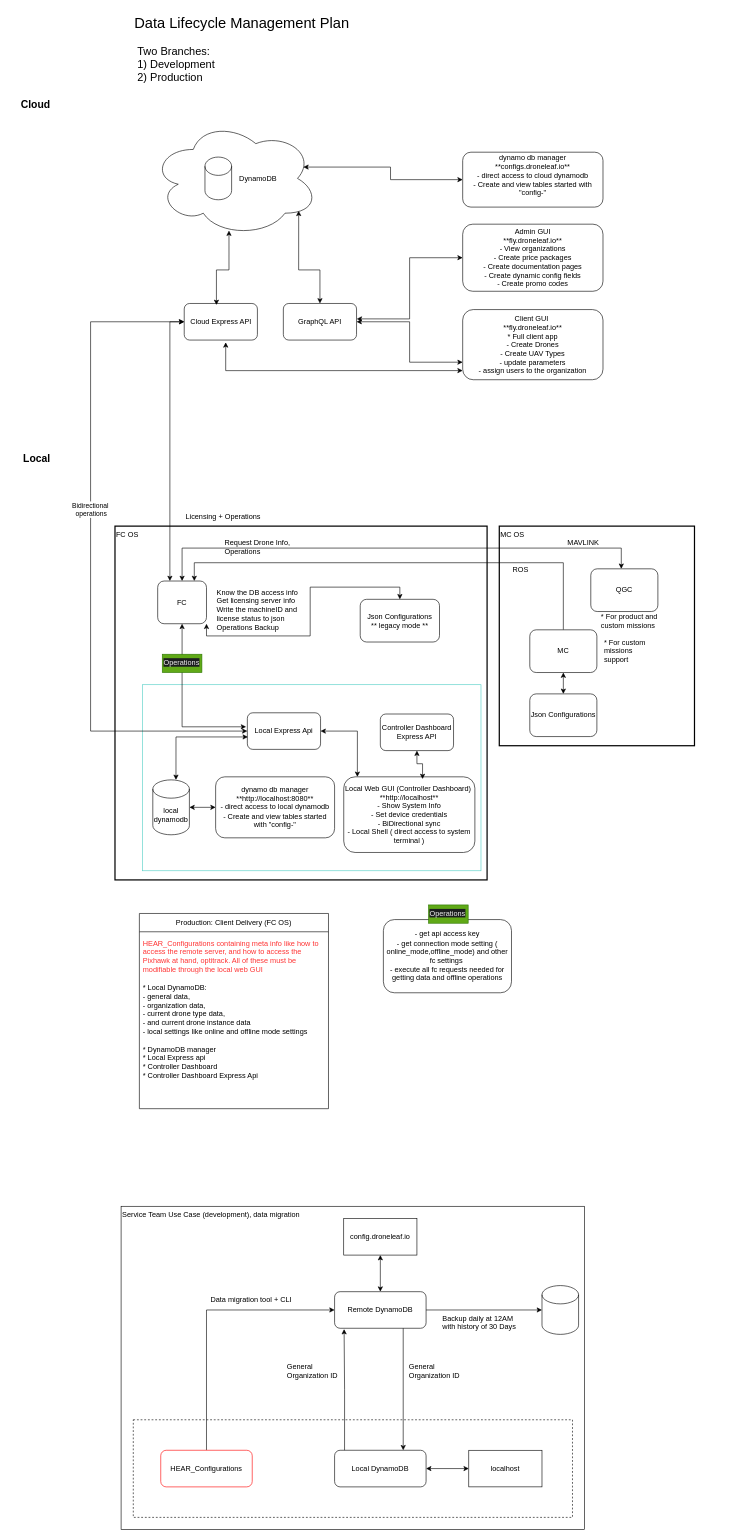
DroneLeaf/HEAR_wiki keeps this draw.io diagram as Guide/External Software/Data Lifecycle Management/Data_lifecycle_management.drawio. Above is the earlier version. Source tidied: cells renumbered, new cells numbered last; positions are measured from the earlier drawing's top-left corner, leaving out a move shared by most shapes. Both pictures are drawn from the tidied source at 61%, with x=0, y=0 at pixel (11, 10).
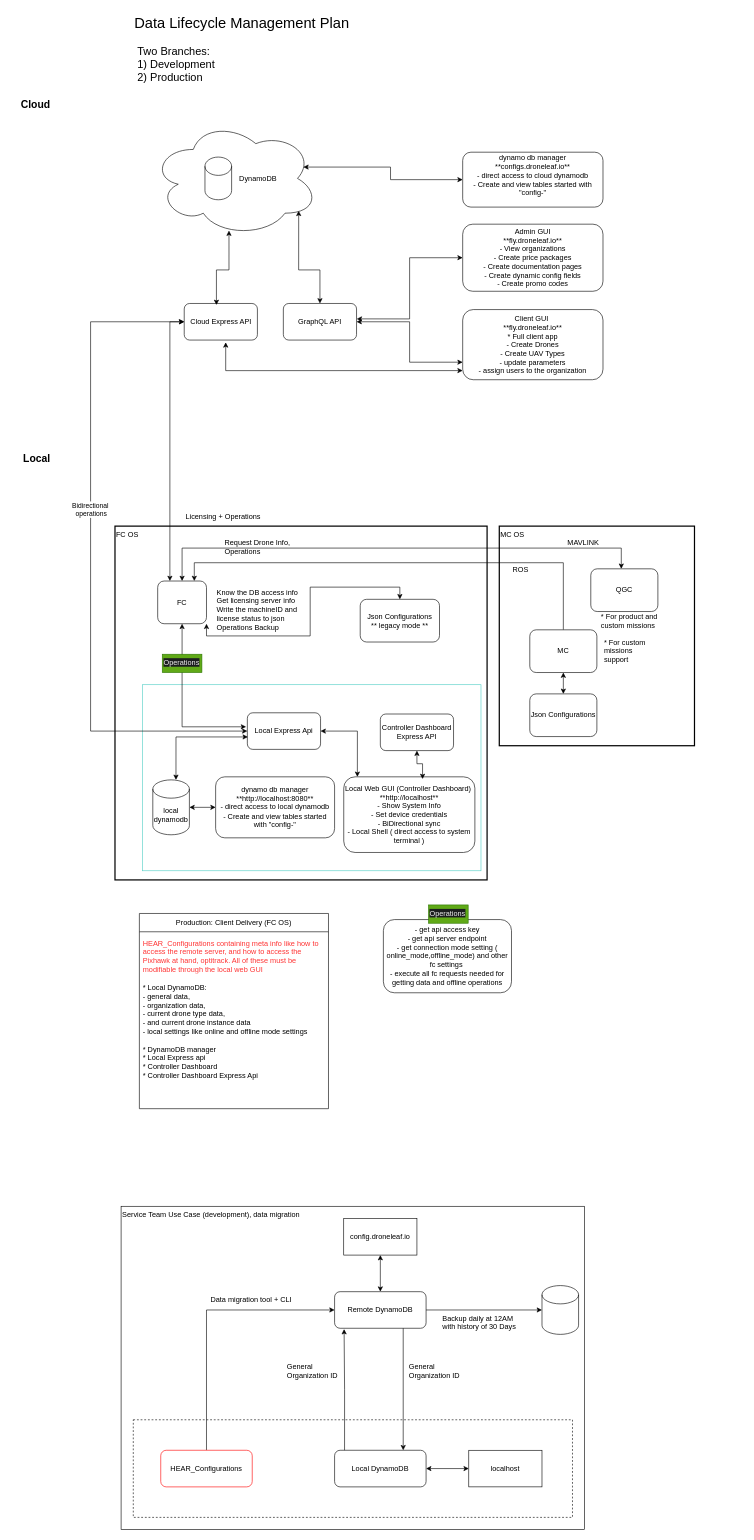
After the change.

Diff of the diagram source:
```diff
@@
-    <mxCell id="77" value="- get api access key&lt;div&gt;- get connection mode setting ( online_mode,offline_mode) and other fc settings&lt;span style=&quot;background-color: initial;&quot;&gt;&amp;nbsp;&lt;/span&gt;&lt;/div&gt;&lt;div&gt;- execute all fc requests needed for getting data and offline operations&lt;/div&gt;" style="rounded=1;whiteSpace=wrap;html=1;" parent="1" vertex="1">
+    <mxCell id="77" value="- get api access key&lt;div&gt;- get api server endpoint&lt;br&gt;&lt;div&gt;- get connection mode setting ( online_mode,offline_mode) and other fc settings&lt;span style=&quot;background-color: initial;&quot;&gt;&amp;nbsp;&lt;/span&gt;&lt;/div&gt;&lt;div&gt;- execute all fc requests needed for getting data and offline operations&lt;/div&gt;&lt;/div&gt;" style="rounded=1;whiteSpace=wrap;html=1;" parent="1" vertex="1">
       <mxGeometry x="610" y="1490" width="210" height="120" as="geometry" />
     </mxCell>
```
